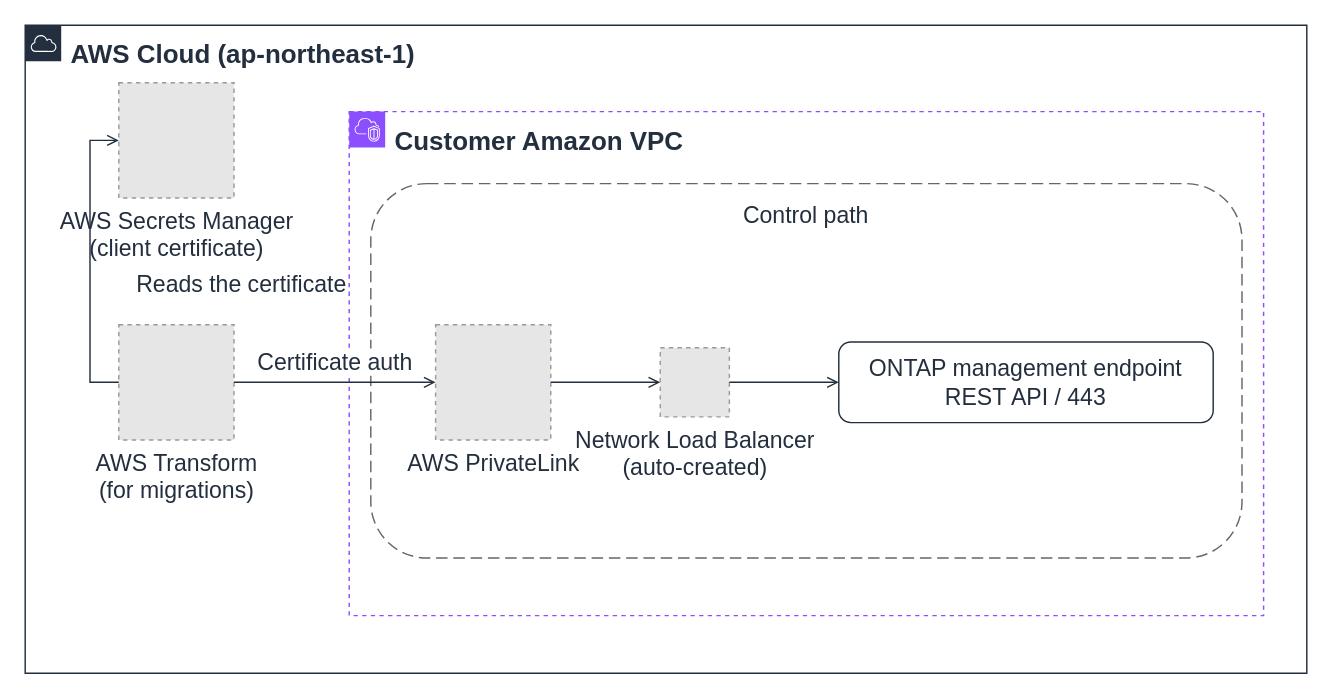
The draw.io diagram docs/_assets/diagrams/atx-fsxn-control-path-en.drawio in Yoshiki0705/vmware-migration-ec2-ontap, before the edit. Source tidied: cells renumbered, new cells numbered last; positions are measured from the earlier drawing's top-left corner, leaving out a move shared by most shapes. Both pictures are drawn from the tidied source at 144%, with x=0, y=0 at pixel (24, 24). Pictures stored in the file or linked from it are replaced by grey dashed boxes.
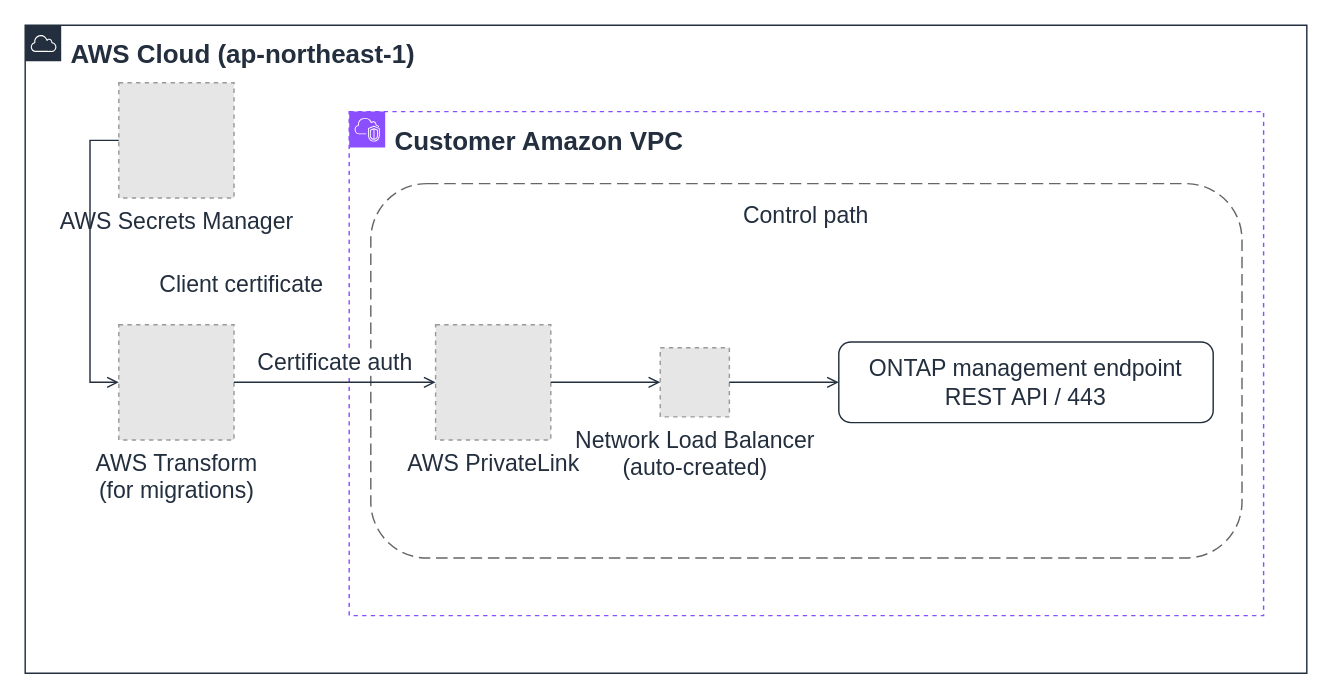
The same page after the edit.

The edit, as a diff of the source:
```diff
@@
 <mxGraphModel background="#FFFFFF">
   <root>
     <mxCell id="0" />
     <mxCell id="1" parent="0" />
     <mxCell id="2" value="AWS Cloud (ap-northeast-1)" style="gradientColor=none;html=1;whiteSpace=wrap;fontSize=18;fontStyle=1;fontColor=#232F3E;shape=mxgraph.aws4.group;grIcon=mxgraph.aws4.group_aws_cloud;strokeColor=#232F3E;fillColor=none;verticalAlign=top;align=left;spacingLeft=30;spacingTop=4;dashed=0;" parent="1" vertex="1">
       <mxGeometry width="890" height="450" as="geometry" />
     </mxCell>
     <mxCell id="3" value="Customer Amazon VPC" style="gradientColor=none;html=1;whiteSpace=wrap;fontSize=18;fontStyle=1;fontColor=#232F3E;shape=mxgraph.aws4.group;grIcon=mxgraph.aws4.group_vpc2;strokeColor=#8C4FFF;fillColor=none;verticalAlign=top;align=left;spacingLeft=30;spacingTop=4;dashed=1;" parent="1" vertex="1">
       <mxGeometry x="225" y="60" width="635" height="350" as="geometry" />
     </mxCell>
     <mxCell id="4" value="Control path" style="rounded=1;whiteSpace=wrap;html=1;dashed=1;dashPattern=8 4;strokeColor=#666666;fillColor=none;fontColor=#232F3E;fontSize=16;verticalAlign=top;align=center;spacingTop=6;" parent="1" vertex="1">
       <mxGeometry x="240" y="110" width="605" height="260" as="geometry" />
     </mxCell>
     <mxCell id="5" value="ONTAP management endpoint&#10;REST API / 443" style="rounded=1;whiteSpace=wrap;html=1;strokeColor=#232F3E;fillColor=none;fontColor=#232F3E;fontSize=16;verticalAlign=middle;align=center;" parent="1" vertex="1">
       <mxGeometry x="565" y="220" width="260" height="56" as="geometry" />
     </mxCell>
     <mxCell id="6" value="AWS Transform&#10;(for migrations)" style="fillColor=#E6E6E6;strokeColor=#999999;dashed=1;html=1;verticalLabelPosition=bottom;verticalAlign=top;labelPosition=center;align=center;fontSize=16;fontColor=#232F3E;" parent="1" vertex="1">
       <mxGeometry x="65" y="208" width="80" height="80" as="geometry" />
     </mxCell>
-    <mxCell id="7" value="AWS Secrets Manager&#10;(client certificate)" style="fillColor=#E6E6E6;strokeColor=#999999;dashed=1;html=1;verticalLabelPosition=bottom;verticalAlign=top;labelPosition=center;align=center;fontSize=16;fontColor=#232F3E;" parent="1" vertex="1">
+    <mxCell id="7" value="AWS Secrets Manager" style="fillColor=#E6E6E6;strokeColor=#999999;dashed=1;html=1;verticalLabelPosition=bottom;verticalAlign=top;labelPosition=center;align=center;fontSize=16;fontColor=#232F3E;" parent="1" vertex="1">
       <mxGeometry x="65" y="40" width="80" height="80" as="geometry" />
     </mxCell>
     <mxCell id="8" value="AWS PrivateLink" style="fillColor=#E6E6E6;strokeColor=#999999;dashed=1;html=1;verticalLabelPosition=bottom;verticalAlign=top;labelPosition=center;align=center;fontSize=16;fontColor=#232F3E;" parent="1" vertex="1">
       <mxGeometry x="285" y="208" width="80" height="80" as="geometry" />
     </mxCell>
     <mxCell id="9" value="Network Load Balancer&#10;(auto-created)" style="fillColor=#E6E6E6;strokeColor=#999999;dashed=1;html=1;verticalLabelPosition=bottom;verticalAlign=top;labelPosition=center;align=center;fontSize=16;fontColor=#232F3E;" parent="1" vertex="1">
       <mxGeometry x="441" y="224" width="48" height="48" as="geometry" />
     </mxCell>
     <mxCell id="10" value="Certificate auth" style="edgeStyle=orthogonalEdgeStyle;rounded=0;html=1;endArrow=open;endFill=0;strokeColor=#232F3E;strokeWidth=1;fontSize=16;fontColor=#232F3E;labelBackgroundColor=#FFFFFF;exitX=1;exitY=0.5;exitDx=0;exitDy=0;entryX=0;entryY=0.5;entryDx=0;entryDy=0;" parent="1" edge="1" source="6" target="8">
       <mxGeometry relative="1" as="geometry">
         <mxPoint y="-14" as="offset" />
       </mxGeometry>
     </mxCell>
     <mxCell id="11" style="edgeStyle=orthogonalEdgeStyle;rounded=0;html=1;endArrow=open;endFill=0;strokeColor=#232F3E;strokeWidth=1;fontSize=16;fontColor=#232F3E;labelBackgroundColor=#FFFFFF;exitX=1;exitY=0.5;exitDx=0;exitDy=0;entryX=0;entryY=0.5;entryDx=0;entryDy=0;" parent="1" edge="1" source="8" target="9">
       <mxGeometry relative="1" as="geometry" />
     </mxCell>
     <mxCell id="12" style="edgeStyle=orthogonalEdgeStyle;rounded=0;html=1;endArrow=open;endFill=0;strokeColor=#232F3E;strokeWidth=1;fontSize=16;fontColor=#232F3E;labelBackgroundColor=#FFFFFF;exitX=1;exitY=0.5;exitDx=0;exitDy=0;entryX=0;entryY=0.5;entryDx=0;entryDy=0;" parent="1" edge="1" source="9" target="5">
       <mxGeometry relative="1" as="geometry" />
     </mxCell>
-    <mxCell id="13" value="Reads the certificate" style="edgeStyle=orthogonalEdgeStyle;rounded=0;html=1;endArrow=open;endFill=0;strokeColor=#232F3E;strokeWidth=1;fontSize=16;fontColor=#232F3E;labelBackgroundColor=#FFFFFF;exitX=0;exitY=0.5;exitDx=0;exitDy=0;entryX=0;entryY=0.5;entryDx=0;entryDy=0;" parent="1" edge="1" source="6" target="7">
-      <mxGeometry x="-0.15" relative="1" as="geometry">
+    <mxCell id="13" value="Client certificate" style="edgeStyle=orthogonalEdgeStyle;rounded=0;html=1;endArrow=open;endFill=0;strokeColor=#232F3E;strokeWidth=1;fontSize=16;fontColor=#232F3E;labelBackgroundColor=#FFFFFF;exitX=0;exitY=0.5;exitDx=0;exitDy=0;entryX=0;entryY=0.5;entryDx=0;entryDy=0;" parent="1" edge="1" source="7" target="6">
+      <mxGeometry x="0.15" relative="1" as="geometry">
         <Array as="points">
+          <mxPoint x="45" y="80" />
           <mxPoint x="45" y="248" />
-          <mxPoint x="45" y="80" />
         </Array>
         <mxPoint x="105" as="offset" />
       </mxGeometry>
     </mxCell>
   </root>
 </mxGraphModel>
```
